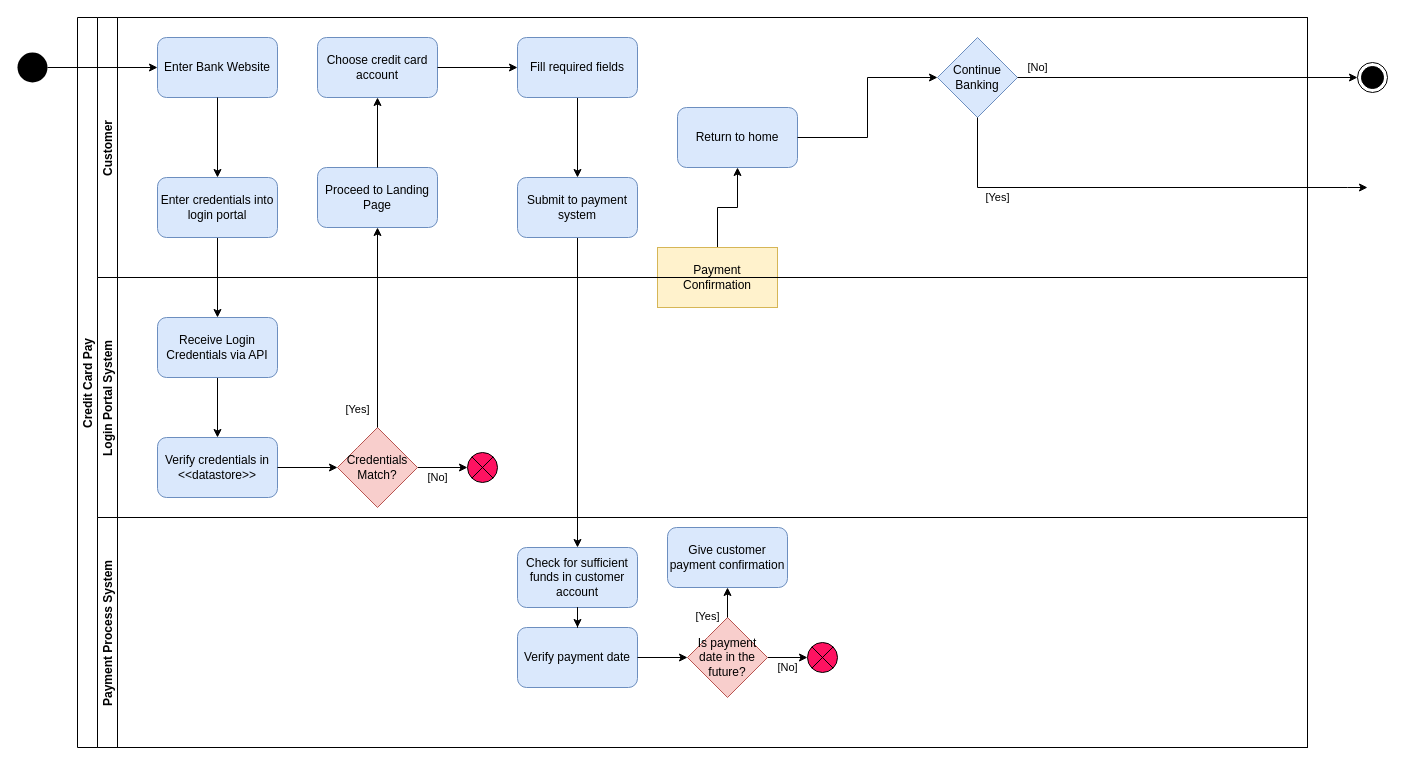
parkeraustin72/CTIS345 keeps this draw.io diagram as PE2-1CreditCardBill.drawio. Above is the earlier version. Source tidied: cells renumbered, new cells numbered last; positions are measured from the earlier drawing's top-left corner, leaving out a move shared by most shapes. Both pictures are drawn from the tidied source at 100%, with x=0, y=0 at pixel (17, 17).
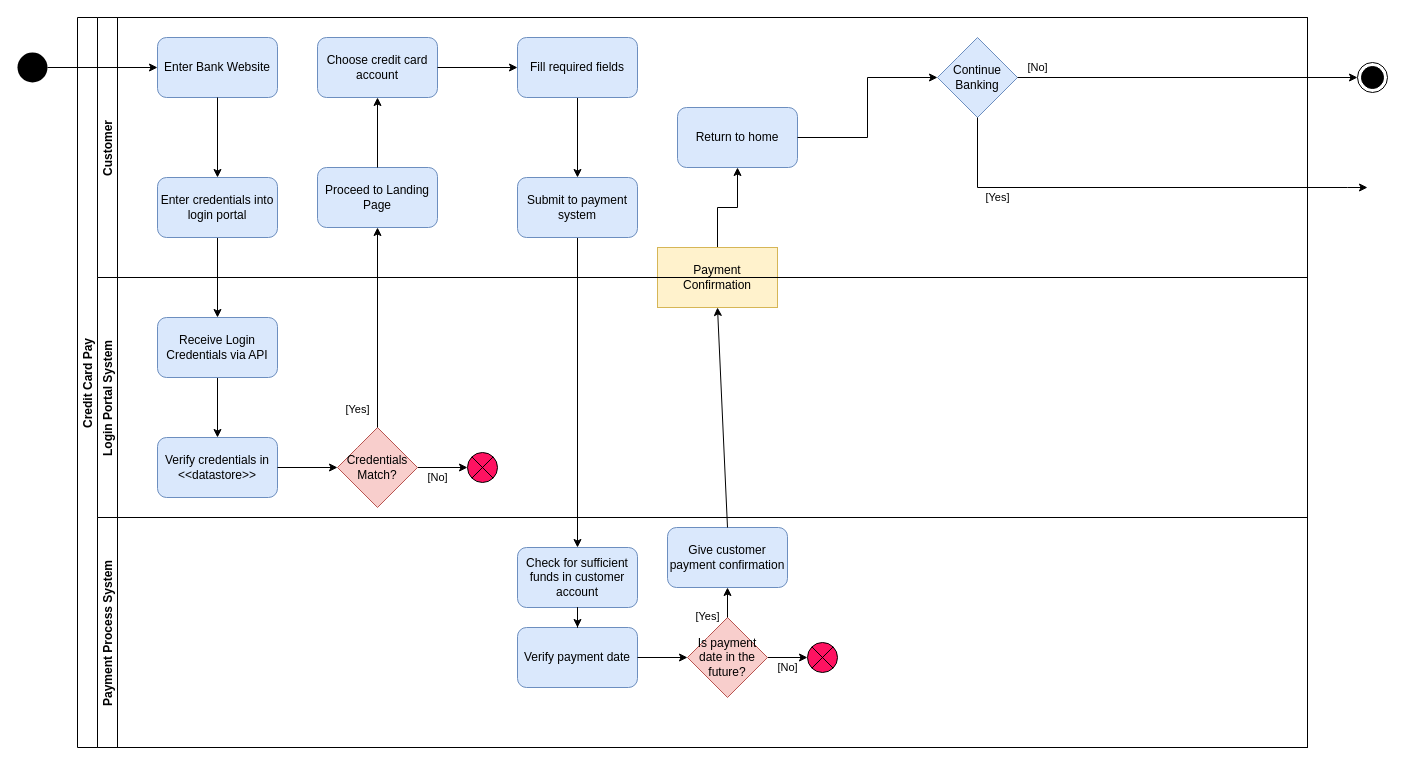
After the change.

Unchanged cells that the change refers to:
```xml
<mxCell id="2" value="Credit Card Pay" style="swimlane;horizontal=0;startSize=20;" parent="1" vertex="1">
  <mxGeometry x="60" width="1230" height="730" as="geometry" />
</mxCell>
<mxCell id="9" value="Payment Confirmation" style="rounded=0;whiteSpace=wrap;html=1;fillColor=#fff2cc;strokeColor=#d6b656;" parent="3" vertex="1">
  <mxGeometry x="560" y="230" width="120" height="60" as="geometry" />
</mxCell>
<mxCell id="27" value="Give customer payment confirmation" style="rounded=1;whiteSpace=wrap;html=1;fillColor=#dae8fc;strokeColor=#6c8ebf;" parent="19" vertex="1">
  <mxGeometry x="570" y="10" width="120" height="60" as="geometry" />
</mxCell>
```

Change to the diagram source:
```diff
@@
+    <mxCell id="45" style="endArrow=classic;html=1;rounded=0;entryX=0.5;entryY=1;entryDx=0;entryDy=0;exitX=0.5;exitY=0;exitDx=0;exitDy=0;" parent="2" edge="1" source="27" target="9">
+      <mxGeometry relative="1" as="geometry" />
+    </mxCell>
```
